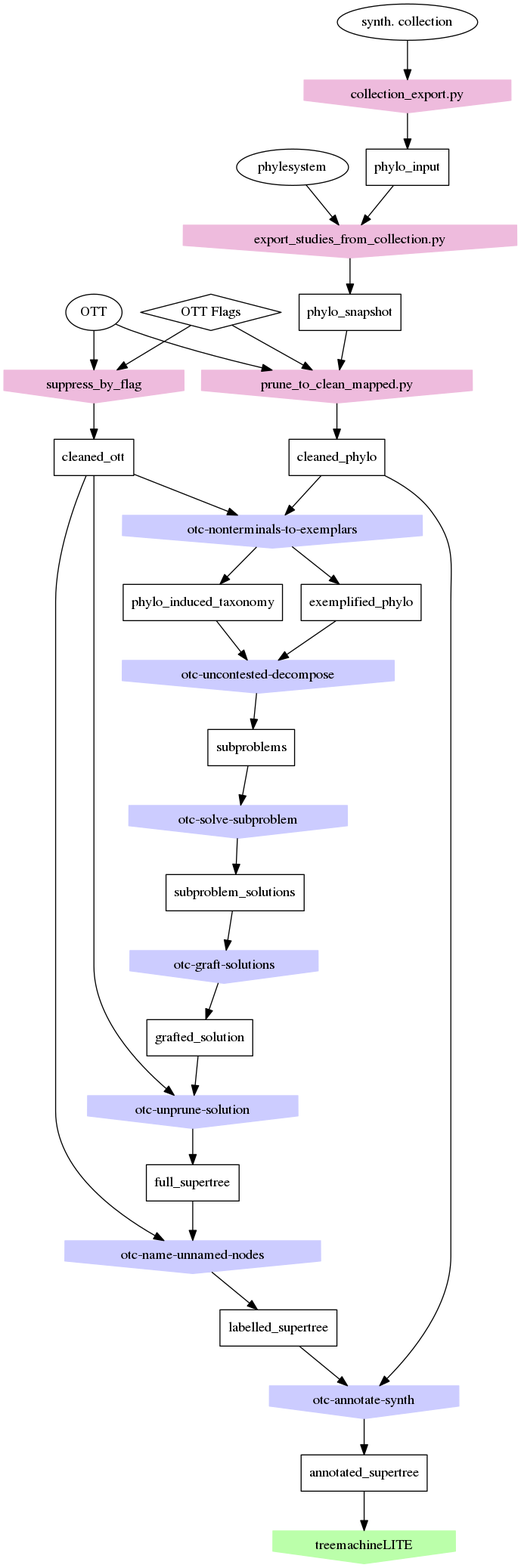
Before: doc/pipeline-tools.png, a diagram exported from Graphviz (OpenTreeOfLife/propinquity). Its source is kept beside it as doc/pipeline-tools.dot.
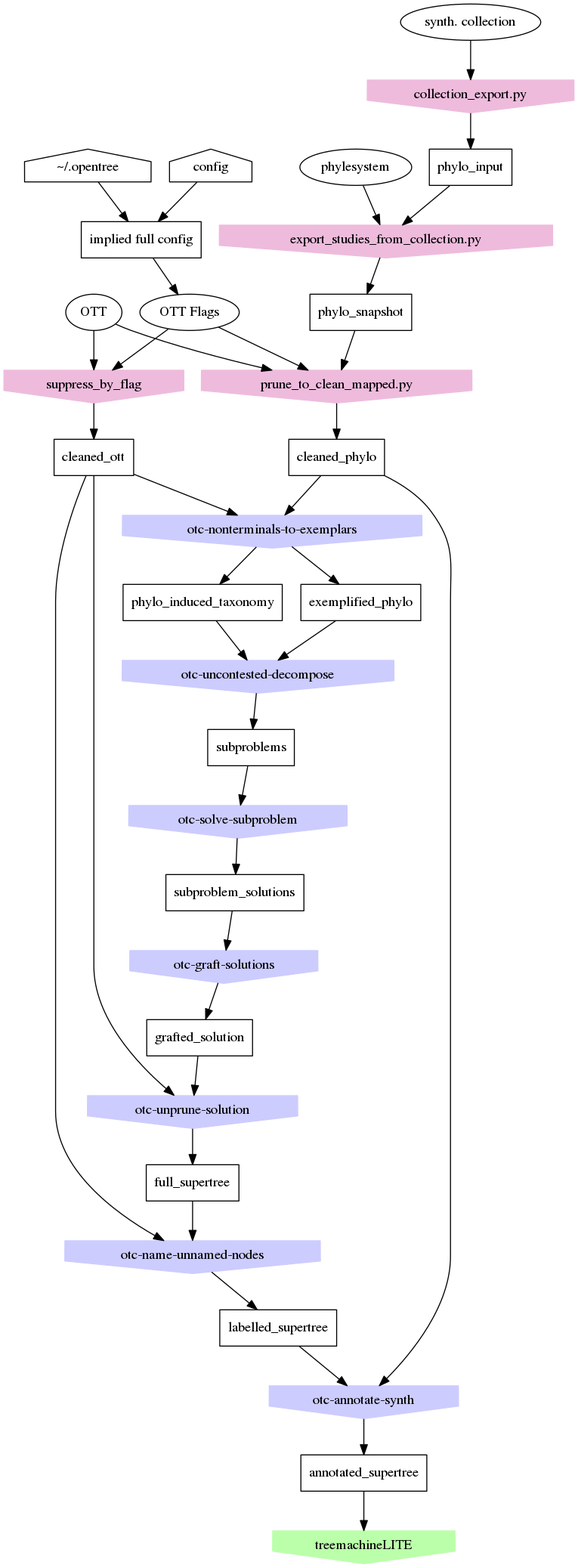
Above is the later version.

The edit, as a diff of the source:
```diff
@@ -1,5 +1,13 @@
 digraph P {
-    ottflags [shape=diamond label="OTT Flags"];
+    homeconfig [shape=house label="~/.opentree"];
+    inputconfig [shape=house label="config"];
+    impliedconfig [shape=box label="implied full config"];
+    homeconfig -> impliedconfig;
+    inputconfig -> impliedconfig;
+
+    ottflags [shape=oval label="OTT Flags"];
+    impliedconfig -> ottflags ;
+
     ott [shape=oval label="OTT"];
     phylesystem [shape=oval label="phylesystem"];
     synthcoll [shape=oval label="synth. collection"];
```
